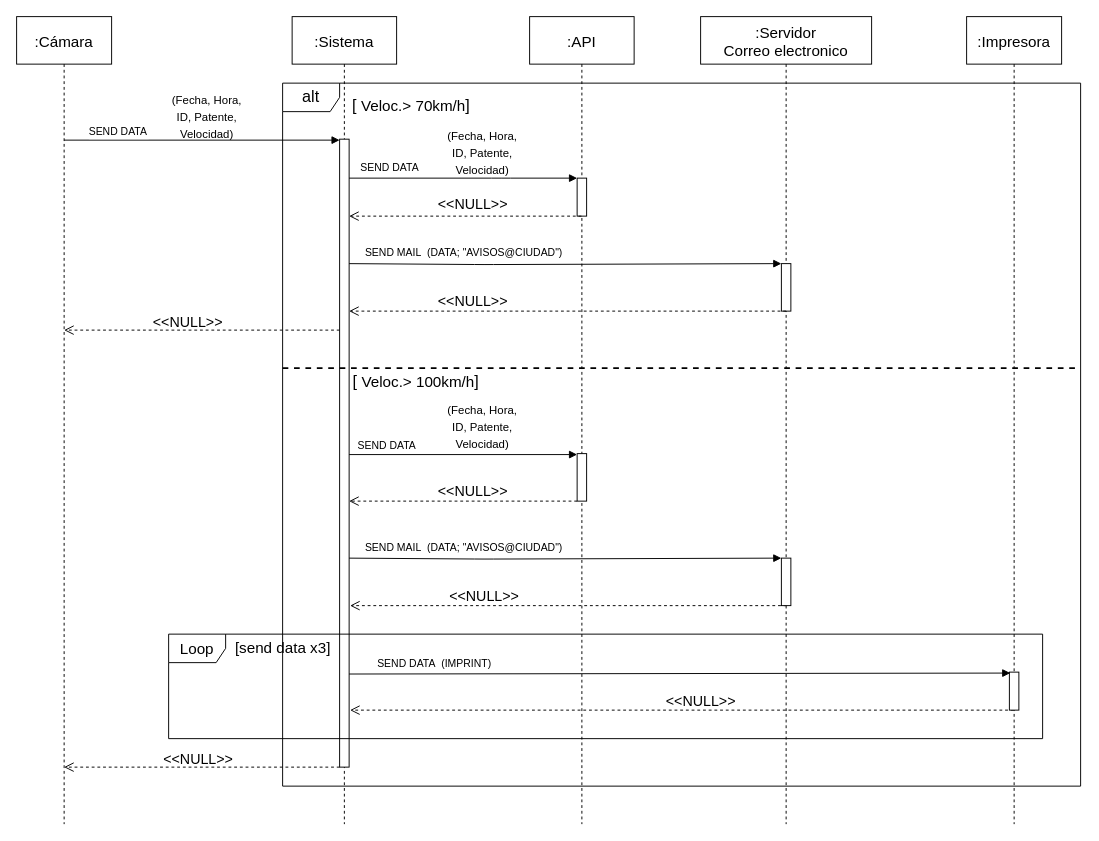
matiassaguir/izo-isw1-tpds keeps this draw.io diagram as diagrama/DS Cámara Vial Matias Saguir.drawio. Above is the earlier version. Source tidied: cells renumbered, new cells numbered last; positions are measured from the earlier drawing's top-left corner, leaving out a move shared by most shapes. Both pictures are drawn from the tidied source at 95%, with x=0, y=0 at pixel (16, 16).
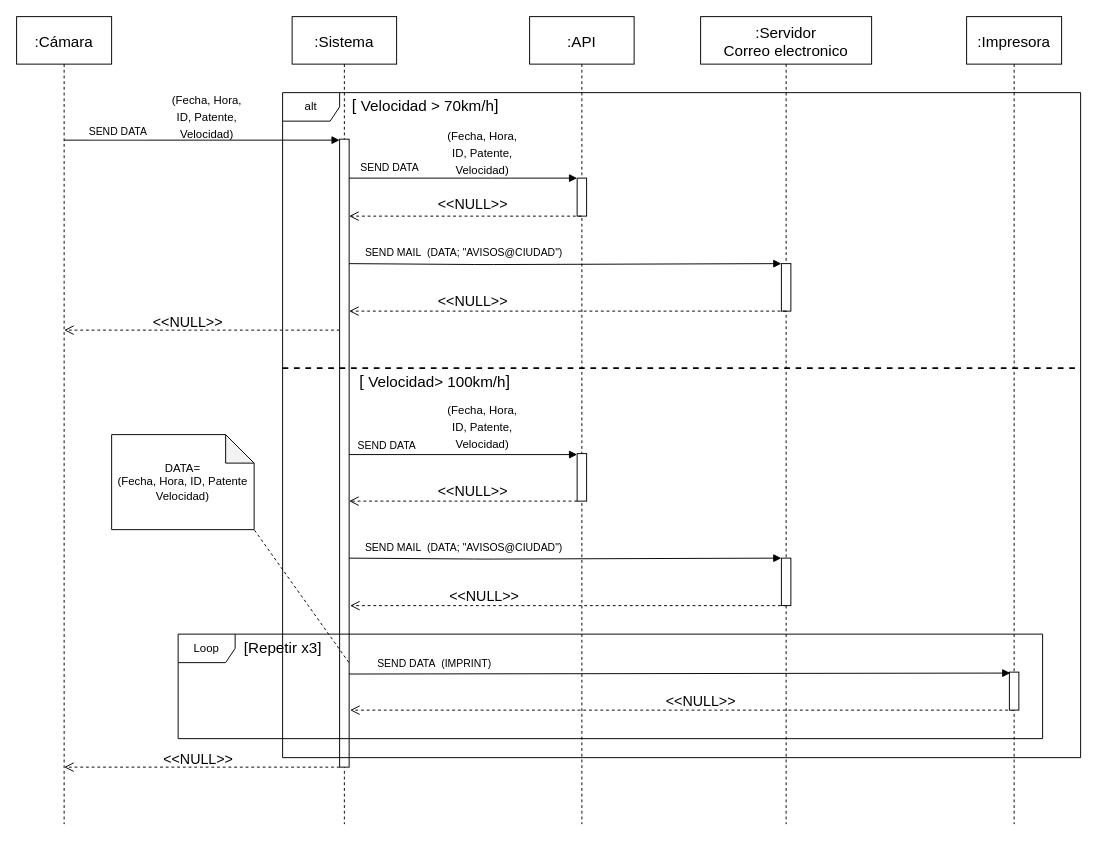
The same page after the edit.

Diff of the diagram source:
```diff
@@
-    <mxCell id="36" value="[ &lt;span style=&quot;font-size: 16px;&quot;&gt;Veloc.&amp;gt; 70km/h&lt;/span&gt;]" style="text;html=1;align=center;verticalAlign=middle;fillColor=none;strokeColor=none;rounded=0;fontSize=17;fontColor=none;" parent="1" vertex="1">
-      <mxGeometry x="340" y="80" width="150" height="30" as="geometry" />
+    <mxCell id="36" value="[ &lt;span style=&quot;font-size: 16px;&quot;&gt;Velocidad &amp;gt; 70km/h&lt;/span&gt;]" style="text;html=1;align=center;verticalAlign=middle;fillColor=none;strokeColor=none;rounded=0;fontSize=17;fontColor=none;" parent="1" vertex="1">
+      <mxGeometry x="340" y="80" width="180" height="30" as="geometry" />
     </mxCell>
-    <mxCell id="37" value="[ &lt;span style=&quot;font-size: 16px;&quot;&gt;Veloc.&amp;gt; 100km/h&lt;/span&gt;]" style="text;html=1;align=center;verticalAlign=middle;fillColor=none;strokeColor=none;rounded=0;fontSize=17;fontColor=none;" parent="1" vertex="1">
-      <mxGeometry x="340" y="370" width="160" height="30" as="geometry" />
+    <mxCell id="37" value="[ &lt;span style=&quot;font-size: 16px;&quot;&gt;Velocidad&amp;gt; 100km/h&lt;/span&gt;]" style="text;html=1;align=center;verticalAlign=middle;fillColor=none;strokeColor=none;rounded=0;fontSize=17;fontColor=none;" parent="1" vertex="1">
+      <mxGeometry x="350" y="370" width="180" height="30" as="geometry" />
     </mxCell>
-    <mxCell id="38" value="&lt;font style=&quot;font-size: 16px;&quot;&gt;[send data x3]&lt;/font&gt;" style="text;html=1;align=center;verticalAlign=middle;fillColor=none;strokeColor=none;rounded=0;fontSize=17;fontColor=none;" parent="1" vertex="1">
-      <mxGeometry x="220" y="650" width="120" height="30" as="geometry" />
+    <mxCell id="38" value="&lt;font style=&quot;font-size: 16px;&quot;&gt;[Repetir x3]&lt;/font&gt;" style="text;html=1;align=center;verticalAlign=middle;fillColor=none;strokeColor=none;rounded=0;fontSize=17;fontColor=none;" parent="1" vertex="1">
+      <mxGeometry x="225" y="650" width="110" height="30" as="geometry" />
     </mxCell>
+    <mxCell id="40" style="endArrow=none;dashed=1;html=1;rounded=0;strokeWidth=2;" parent="1" edge="1">
+      <mxGeometry relative="1" as="geometry">
+        <mxPoint x="280" y="370" as="sourcePoint" />
+        <mxPoint x="1120" y="370" as="targetPoint" />
+      </mxGeometry>
+    </mxCell>
+    <mxCell id="42" value="DATA=&lt;br&gt;(Fecha, Hora, ID, Patente&lt;br&gt;Velocidad)" style="shape=note;whiteSpace=wrap;html=1;backgroundOutline=1;darkOpacity=0.05;" parent="1" vertex="1">
+      <mxGeometry x="100" y="440" width="150" height="100" as="geometry" />
+    </mxCell>
+    <mxCell id="43" style="endArrow=none;dashed=1;html=1;rounded=0;entryX=1;entryY=1;entryDx=0;entryDy=0;entryPerimeter=0;exitX=0.083;exitY=0.824;exitDx=0;exitDy=0;exitPerimeter=0;" parent="1" edge="1" target="42">
+      <mxGeometry relative="1" as="geometry">
+        <mxPoint x="349.7" y="679.8" as="sourcePoint" />
+      </mxGeometry>
+    </mxCell>
-    <mxCell id="39" value="Loop" style="shape=umlFrame;whiteSpace=wrap;html=1;fontSize=16;fontColor=none;" parent="1" vertex="1">
-      <mxGeometry x="160" y="650" width="920" height="110" as="geometry" />
+    <mxCell id="39" value="Loop" style="shape=umlFrame;whiteSpace=wrap;html=1;" parent="1" vertex="1">
+      <mxGeometry x="170" y="650" width="910" height="110" as="geometry" />
     </mxCell>
-    <mxCell id="40" style="endArrow=none;dashed=1;html=1;rounded=0;strokeWidth=2;" parent="1" edge="1">
-      <mxGeometry relative="1" as="geometry">
-        <mxPoint x="280" y="370" as="sourcePoint" />
-        <mxPoint x="1120" y="370" as="targetPoint" />
-      </mxGeometry>
-    </mxCell>
-    <mxCell id="41" value="alt" style="shape=umlFrame;whiteSpace=wrap;html=1;fontSize=17;" parent="1" vertex="1">
-      <mxGeometry x="280" y="70" width="840" height="740" as="geometry" />
+    <mxCell id="41" value="alt" style="shape=umlFrame;whiteSpace=wrap;html=1;" parent="1" vertex="1">
+      <mxGeometry x="280" y="80" width="840" height="700" as="geometry" />
     </mxCell>
```
